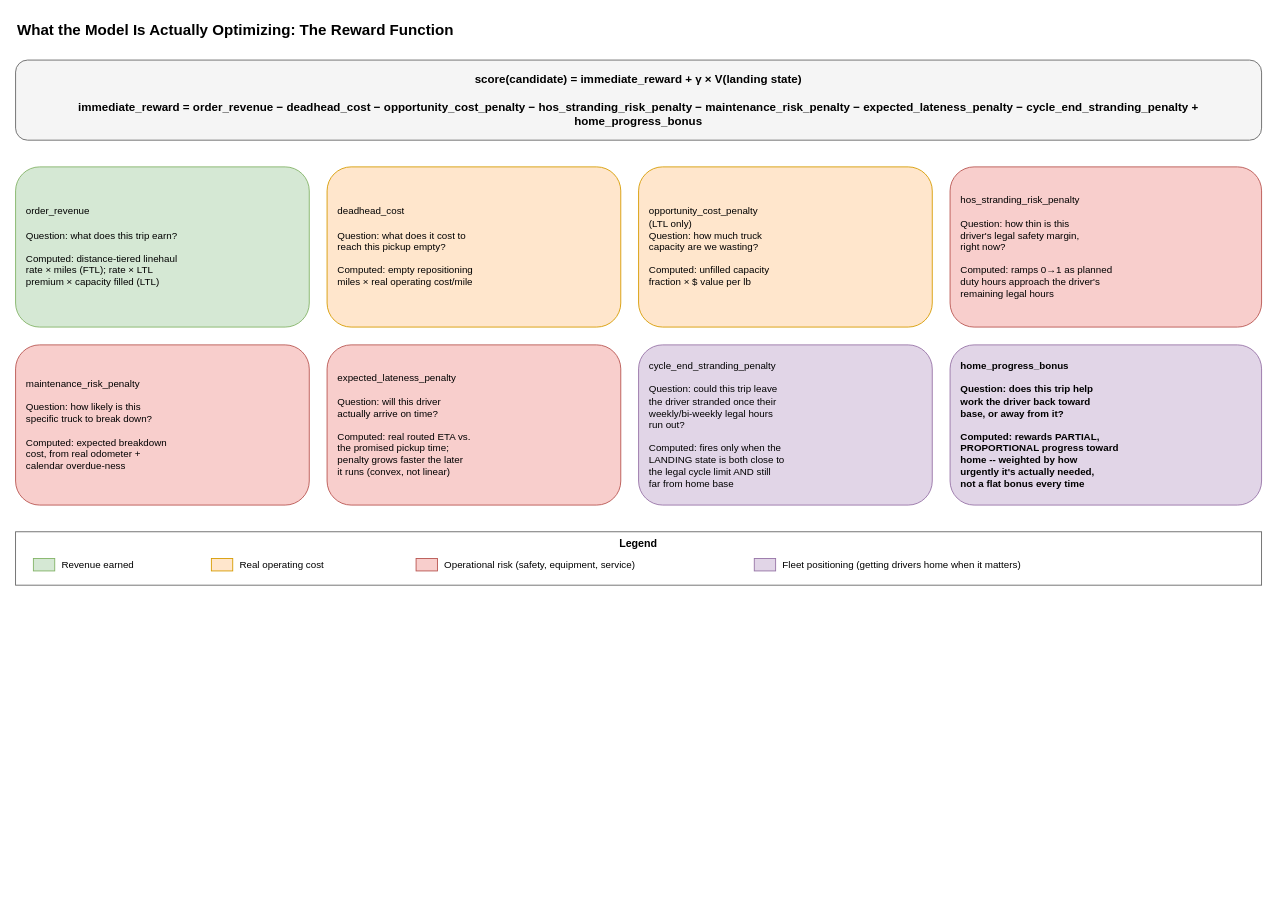
This is page "3 Reward Function" (3 of 5) of documents/diagrams/model_pipeline.drawio from hazardscarn/roadstar-challenge, a draw.io file, before an edit. Source tidied: cells renumbered, new cells numbered last; positions are measured from the earlier drawing's top-left corner, leaving out a move shared by most shapes. Both pictures are drawn from the tidied source at 89%, with x=0, y=0 at pixel (15, 15).
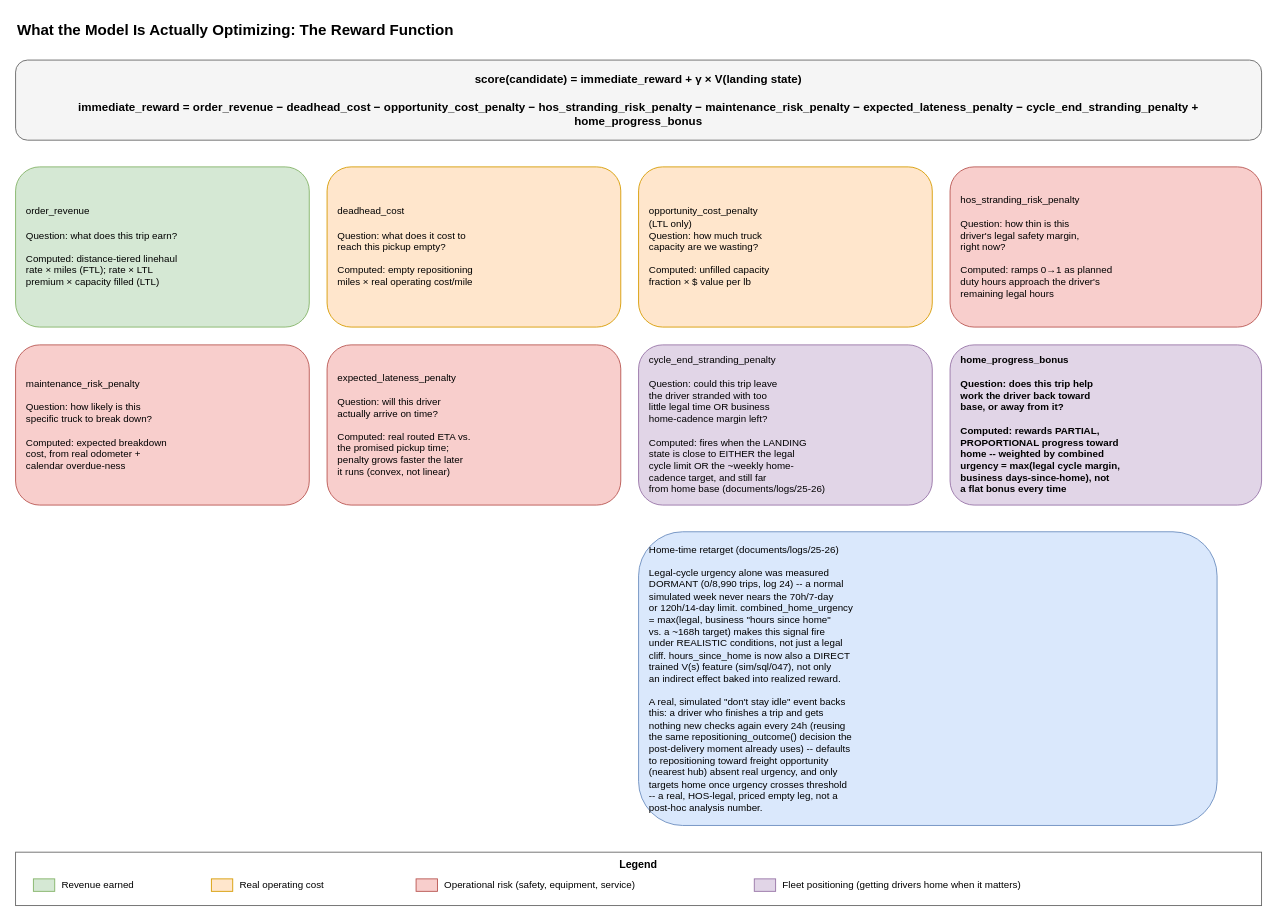
After the change.

Change to the diagram source:
```diff
@@
-    <mxCell id="10" value="cycle_end_stranding_penalty&#10;&#10;Question: could this trip leave&#10;the driver stranded once their&#10;weekly/bi-weekly legal hours&#10;run out?&#10;&#10;Computed: fires only when the&#10;LANDING state is both close to&#10;the legal cycle limit AND still&#10;far from home base" style="rounded=1;whiteSpace=wrap;html=1;fillColor=#e1d5e7;strokeColor=#9673a6;fontSize=11;align=left;spacingLeft=10;" parent="1" vertex="1">
+    <mxCell id="10" value="cycle_end_stranding_penalty&#10;&#10;Question: could this trip leave&#10;the driver stranded with too&#10;little legal time OR business&#10;home-cadence margin left?&#10;&#10;Computed: fires when the LANDING&#10;state is close to EITHER the legal&#10;cycle limit OR the ~weekly home-&#10;cadence target, and still far&#10;from home base (documents/logs/25-26)" style="rounded=1;whiteSpace=wrap;html=1;fillColor=#e1d5e7;strokeColor=#9673a6;fontSize=11;align=left;spacingLeft=10;" parent="1" vertex="1">
       <mxGeometry x="700" y="370" width="330" height="180" as="geometry" />
     </mxCell>
-    <mxCell id="11" value="home_progress_bonus&#10;&#10;Question: does this trip help&#10;work the driver back toward&#10;base, or away from it?&#10;&#10;Computed: rewards PARTIAL,&#10;PROPORTIONAL progress toward&#10;home -- weighted by how&#10;urgently it's actually needed,&#10;not a flat bonus every time" style="rounded=1;whiteSpace=wrap;html=1;fillColor=#e1d5e7;strokeColor=#9673a6;fontSize=11;fontStyle=1;align=left;spacingLeft=10;" parent="1" vertex="1">
+    <mxCell id="11" value="home_progress_bonus&#10;&#10;Question: does this trip help&#10;work the driver back toward&#10;base, or away from it?&#10;&#10;Computed: rewards PARTIAL,&#10;PROPORTIONAL progress toward&#10;home -- weighted by combined&#10;urgency = max(legal cycle margin,&#10;business days-since-home), not&#10;a flat bonus every time" style="rounded=1;whiteSpace=wrap;html=1;fillColor=#e1d5e7;strokeColor=#9673a6;fontSize=11;fontStyle=1;align=left;spacingLeft=10;" parent="1" vertex="1">
       <mxGeometry x="1050" y="370" width="350" height="180" as="geometry" />
     </mxCell>
+    <mxCell id="21" value="Home-time retarget (documents/logs/25-26)&#10;&#10;Legal-cycle urgency alone was measured&#10;DORMANT (0/8,990 trips, log 24) -- a normal&#10;simulated week never nears the 70h/7-day&#10;or 120h/14-day limit. combined_home_urgency&#10;= max(legal, business &quot;hours since home&quot;&#10;vs. a ~168h target) makes this signal fire&#10;under REALISTIC conditions, not just a legal&#10;cliff. hours_since_home is now also a DIRECT&#10;trained V(s) feature (sim/sql/047), not only&#10;an indirect effect baked into realized reward.&#10;&#10;A real, simulated &quot;don't stay idle&quot; event backs&#10;this: a driver who finishes a trip and gets&#10;nothing new checks again every 24h (reusing&#10;the same repositioning_outcome() decision the&#10;post-delivery moment already uses) -- defaults&#10;to repositioning toward freight opportunity&#10;(nearest hub) absent real urgency, and only&#10;targets home once urgency crosses threshold&#10;-- a real, HOS-legal, priced empty leg, not a&#10;post-hoc analysis number." style="rounded=1;whiteSpace=wrap;html=1;fillColor=#dae8fc;strokeColor=#6c8ebf;fontSize=11;align=left;spacingLeft=10;" parent="1" vertex="1">
+      <mxGeometry x="700" y="580" width="650" height="330" as="geometry" />
+    </mxCell>
     <mxCell id="12" value="Legend" style="rounded=0;whiteSpace=wrap;html=1;fillColor=none;strokeColor=#666666;verticalAlign=top;fontStyle=1;" parent="1" vertex="1">
-      <mxGeometry y="580" width="1400" height="60" as="geometry" />
+      <mxGeometry y="940" width="1400" height="60" as="geometry" />
     </mxCell>
```
